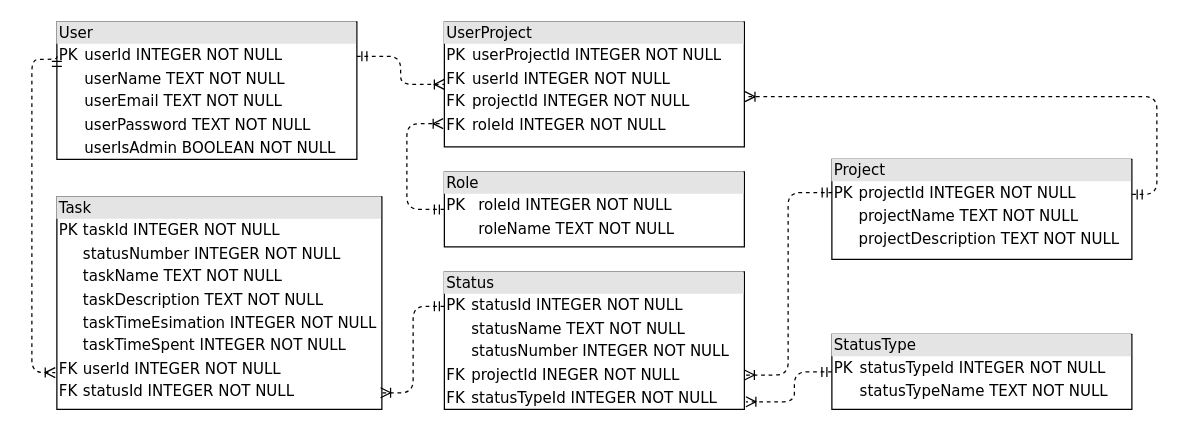
Before: docs/raw_diagrams/database.drawio in aVorotnikov/thunder_board, a draw.io diagram. Source tidied: cells renumbered, new cells numbered last; positions are measured from the earlier drawing's top-left corner, leaving out a move shared by most shapes. Both pictures are drawn from the tidied source at 125%, with x=0, y=0 at pixel (31, 21).
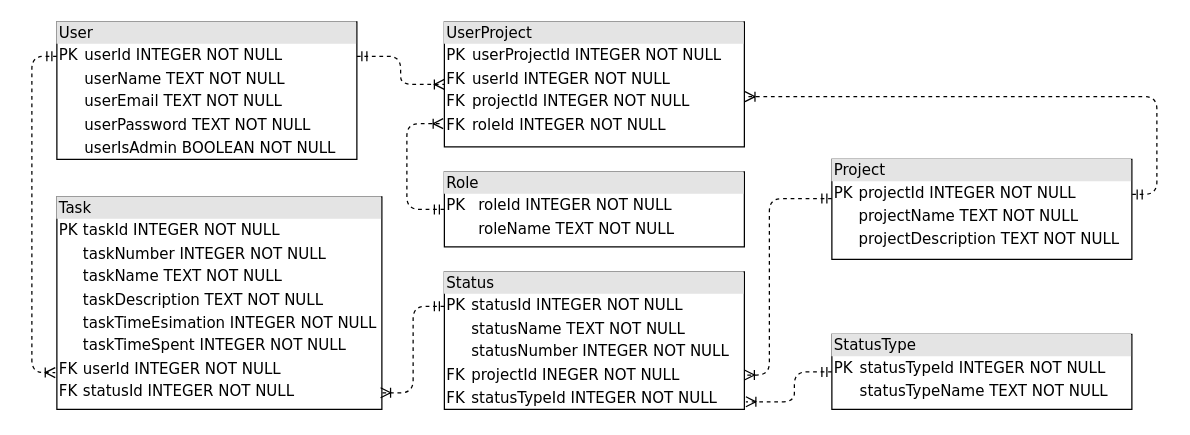
The same page after the edit.

Commit message (it also covers changes not shown here):
Исправлено название поля

The change refers to these unchanged cells:
```xml
<mxCell id="2" value="&lt;div style=&quot;box-sizing: border-box ; width: 100% ; background: #e4e4e4 ; padding: 2px&quot;&gt;User&lt;/div&gt;&lt;table style=&quot;width: 100% ; font-size: 1em&quot; cellpadding=&quot;2&quot; cellspacing=&quot;0&quot;&gt;&lt;tbody&gt;&lt;tr&gt;&lt;td&gt;PK&lt;/td&gt;&lt;td&gt;userId INTEGER NOT NULL&lt;/td&gt;&lt;/tr&gt;&lt;tr&gt;&lt;td&gt;&lt;br&gt;&lt;/td&gt;&lt;td&gt;userName TEXT NOT NULL&lt;/td&gt;&lt;/tr&gt;&lt;tr&gt;&lt;td&gt;&lt;br&gt;&lt;/td&gt;&lt;td&gt;userEmail TEXT NOT NULL&lt;/td&gt;&lt;/tr&gt;&lt;tr&gt;&lt;td&gt;&lt;/td&gt;&lt;td&gt;userPassword TEXT NOT NULL&lt;/td&gt;&lt;/tr&gt;&lt;tr&gt;&lt;td&gt;&lt;br&gt;&lt;/td&gt;&lt;td&gt;userIsAdmin BOOLEAN NOT NULL&lt;br&gt;&lt;/td&gt;&lt;/tr&gt;&lt;/tbody&gt;&lt;/table&gt;" style="verticalAlign=top;align=left;overflow=fill;html=1;rounded=0;shadow=0;comic=0;labelBackgroundColor=none;strokeWidth=1;fontFamily=Verdana;fontSize=12;" parent="1" vertex="1">
  <mxGeometry x="20" width="240" height="110" as="geometry" />
</mxCell>
<mxCell id="3" value="&lt;div style=&quot;box-sizing: border-box ; width: 100% ; background: #e4e4e4 ; padding: 2px&quot;&gt;Project&lt;/div&gt;&lt;table style=&quot;width: 100% ; font-size: 1em&quot; cellpadding=&quot;2&quot; cellspacing=&quot;0&quot;&gt;&lt;tbody&gt;&lt;tr&gt;&lt;td&gt;PK&lt;/td&gt;&lt;td&gt;projectId INTEGER NOT NULL&lt;/td&gt;&lt;/tr&gt;&lt;tr&gt;&lt;td&gt;&lt;br&gt;&lt;/td&gt;&lt;td&gt;projectName TEXT NOT NULL&lt;/td&gt;&lt;/tr&gt;&lt;tr&gt;&lt;td&gt;&lt;/td&gt;&lt;td&gt;projectDescription TEXT NOT NULL&lt;/td&gt;&lt;/tr&gt;&lt;tr&gt;&lt;td&gt;&lt;br&gt;&lt;/td&gt;&lt;td&gt;&lt;br&gt;&lt;/td&gt;&lt;/tr&gt;&lt;/tbody&gt;&lt;/table&gt;" style="verticalAlign=top;align=left;overflow=fill;html=1;rounded=0;shadow=0;comic=0;labelBackgroundColor=none;strokeWidth=1;fontFamily=Verdana;fontSize=12;" parent="1" vertex="1">
  <mxGeometry x="640" y="110" width="240" height="80" as="geometry" />
</mxCell>
<mxCell id="11" value="&lt;div style=&quot;box-sizing: border-box ; width: 100% ; background: #e4e4e4 ; padding: 2px&quot;&gt;Status&lt;/div&gt;&lt;table style=&quot;width: 100% ; font-size: 1em&quot; cellpadding=&quot;2&quot; cellspacing=&quot;0&quot;&gt;&lt;tbody&gt;&lt;tr&gt;&lt;td&gt;PK&lt;/td&gt;&lt;td&gt;statusId INTEGER NOT NULL&lt;/td&gt;&lt;/tr&gt;&lt;tr&gt;&lt;td&gt;&lt;br&gt;&lt;/td&gt;&lt;td&gt;statusName TEXT NOT NULL&lt;/td&gt;&lt;/tr&gt;&lt;tr&gt;&lt;td&gt;&lt;br&gt;&lt;/td&gt;&lt;td&gt;statusNumber INTEGER NOT NULL&lt;/td&gt;&lt;/tr&gt;&lt;tr&gt;&lt;td&gt;FK&lt;/td&gt;&lt;td&gt;projectId INEGER NOT NULL&lt;/td&gt;&lt;/tr&gt;&lt;tr&gt;&lt;td&gt;FK&lt;/td&gt;&lt;td&gt;statusTypeId INTEGER NOT NULL&lt;/td&gt;&lt;/tr&gt;&lt;/tbody&gt;&lt;/table&gt;" style="verticalAlign=top;align=left;overflow=fill;html=1;rounded=0;shadow=0;comic=0;labelBackgroundColor=none;strokeWidth=1;fontFamily=Verdana;fontSize=12;" parent="1" vertex="1">
  <mxGeometry x="330" y="200" width="240" height="110" as="geometry" />
</mxCell>
```

Diff of the diagram source:
```diff
@@
-    <mxCell id="9" value="&lt;div style=&quot;box-sizing: border-box ; width: 100% ; background: #e4e4e4 ; padding: 2px&quot;&gt;Task&lt;/div&gt;&lt;table style=&quot;width: 100% ; font-size: 1em&quot; cellpadding=&quot;2&quot; cellspacing=&quot;0&quot;&gt;&lt;tbody&gt;&lt;tr&gt;&lt;td&gt;PK&lt;/td&gt;&lt;td&gt;taskId INTEGER NOT NULL&lt;/td&gt;&lt;/tr&gt;&lt;tr&gt;&lt;td&gt;&lt;br&gt;&lt;/td&gt;&lt;td&gt;statusNumber INTEGER NOT NULL&lt;/td&gt;&lt;/tr&gt;&lt;tr&gt;&lt;td&gt;&lt;br&gt;&lt;/td&gt;&lt;td&gt;taskName TEXT NOT NULL&lt;/td&gt;&lt;/tr&gt;&lt;tr&gt;&lt;td&gt;&lt;/td&gt;&lt;td&gt;taskDescription TEXT NOT NULL&lt;br&gt;&lt;/td&gt;&lt;/tr&gt;&lt;tr&gt;&lt;td&gt;&lt;br&gt;&lt;/td&gt;&lt;td&gt;taskTimeEsimation INTEGER NOT NULL&lt;br&gt;&lt;/td&gt;&lt;/tr&gt;&lt;tr&gt;&lt;td&gt;&lt;br&gt;&lt;/td&gt;&lt;td&gt;taskTimeSpent INTEGER NOT NULL&lt;br&gt;&lt;/td&gt;&lt;/tr&gt;&lt;tr&gt;&lt;td&gt;FK&lt;/td&gt;&lt;td&gt;userId INTEGER NOT NULL&lt;/td&gt;&lt;/tr&gt;&lt;tr&gt;&lt;td&gt;FK&lt;/td&gt;&lt;td&gt;statusId INTEGER NOT NULL&lt;/td&gt;&lt;/tr&gt;&lt;/tbody&gt;&lt;/table&gt;" style="verticalAlign=top;align=left;overflow=fill;html=1;rounded=0;shadow=0;comic=0;labelBackgroundColor=none;strokeWidth=1;fontFamily=Verdana;fontSize=12;" parent="1" vertex="1">
+    <mxCell id="9" value="&lt;div style=&quot;box-sizing: border-box ; width: 100% ; background: #e4e4e4 ; padding: 2px&quot;&gt;Task&lt;/div&gt;&lt;table style=&quot;width: 100% ; font-size: 1em&quot; cellpadding=&quot;2&quot; cellspacing=&quot;0&quot;&gt;&lt;tbody&gt;&lt;tr&gt;&lt;td&gt;PK&lt;/td&gt;&lt;td&gt;taskId INTEGER NOT NULL&lt;/td&gt;&lt;/tr&gt;&lt;tr&gt;&lt;td&gt;&lt;br&gt;&lt;/td&gt;&lt;td&gt;taskNumber INTEGER NOT NULL&lt;/td&gt;&lt;/tr&gt;&lt;tr&gt;&lt;td&gt;&lt;br&gt;&lt;/td&gt;&lt;td&gt;taskName TEXT NOT NULL&lt;/td&gt;&lt;/tr&gt;&lt;tr&gt;&lt;td&gt;&lt;/td&gt;&lt;td&gt;taskDescription TEXT NOT NULL&lt;br&gt;&lt;/td&gt;&lt;/tr&gt;&lt;tr&gt;&lt;td&gt;&lt;br&gt;&lt;/td&gt;&lt;td&gt;taskTimeEsimation INTEGER NOT NULL&lt;br&gt;&lt;/td&gt;&lt;/tr&gt;&lt;tr&gt;&lt;td&gt;&lt;br&gt;&lt;/td&gt;&lt;td&gt;taskTimeSpent INTEGER NOT NULL&lt;br&gt;&lt;/td&gt;&lt;/tr&gt;&lt;tr&gt;&lt;td&gt;FK&lt;/td&gt;&lt;td&gt;userId INTEGER NOT NULL&lt;/td&gt;&lt;/tr&gt;&lt;tr&gt;&lt;td&gt;FK&lt;/td&gt;&lt;td&gt;statusId INTEGER NOT NULL&lt;/td&gt;&lt;/tr&gt;&lt;/tbody&gt;&lt;/table&gt;" style="verticalAlign=top;align=left;overflow=fill;html=1;rounded=0;shadow=0;comic=0;labelBackgroundColor=none;strokeWidth=1;fontFamily=Verdana;fontSize=12;" parent="1" vertex="1">
       <mxGeometry x="20" y="140" width="260" height="170" as="geometry" />
     </mxCell>
     <mxCell id="10" style="edgeStyle=orthogonalEdgeStyle;html=1;dashed=1;labelBackgroundColor=none;startArrow=ERmandOne;endArrow=ERoneToMany;fontFamily=Verdana;fontSize=12;align=left;exitX=0;exitY=0.25;exitDx=0;exitDy=0;entryX=-0.005;entryY=0.827;entryDx=0;entryDy=0;entryPerimeter=0;" parent="1" edge="1" source="2" target="9">
       <mxGeometry relative="1" as="geometry">
         <Array as="points">
-          <mxPoint x="20" y="30" />
-          <mxPoint y="30" />
-          <mxPoint y="280" />
-          <mxPoint x="19" y="280" />
+          <mxPoint y="28" />
+          <mxPoint y="281" />
         </Array>
       </mxGeometry>
     </mxCell>
@@
-    <mxCell id="15" style="edgeStyle=orthogonalEdgeStyle;html=1;dashed=1;labelBackgroundColor=none;startArrow=ERmandOne;endArrow=ERoneToMany;fontFamily=Verdana;fontSize=12;align=left;entryX=1;entryY=0.75;entryDx=0;entryDy=0;exitX=0.001;exitY=0.332;exitDx=0;exitDy=0;exitPerimeter=0;" parent="1" edge="1" source="3" target="11">
-      <mxGeometry relative="1" as="geometry" />
+    <mxCell id="15" style="edgeStyle=orthogonalEdgeStyle;html=1;dashed=1;labelBackgroundColor=none;startArrow=ERmandOne;endArrow=ERoneToMany;fontFamily=Verdana;fontSize=12;align=left;exitX=0;exitY=0.392;exitDx=0;exitDy=0;exitPerimeter=0;entryX=1;entryY=0.75;entryDx=0;entryDy=0;" parent="1" edge="1" source="3" target="11">
+      <mxGeometry relative="1" as="geometry">
+        <Array as="points">
+          <mxPoint x="590" y="141" />
+          <mxPoint x="590" y="283" />
+        </Array>
+      </mxGeometry>
     </mxCell>
```
